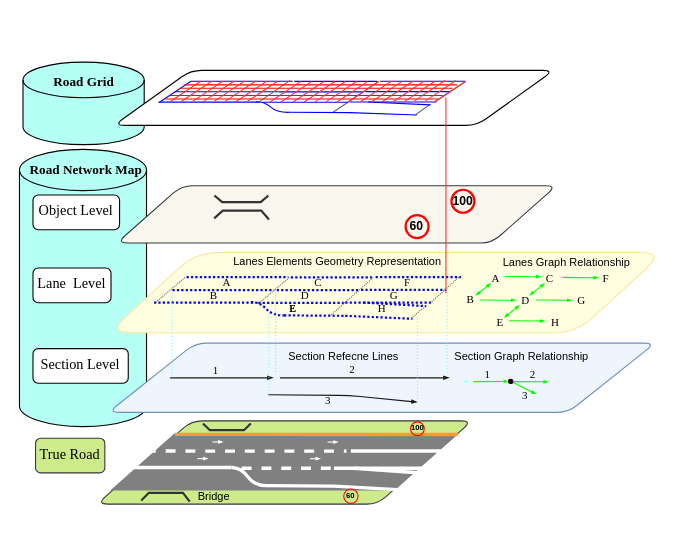
This is road_map.drawio from LimingGao/draw_io, a draw.io file, before an edit. Source tidied: cells renumbered, new cells numbered last; positions are measured from the earlier drawing's top-left corner, leaving out a move shared by most shapes. Both pictures are drawn from the tidied source at 110%, with x=0, y=0 at pixel (19, 62).
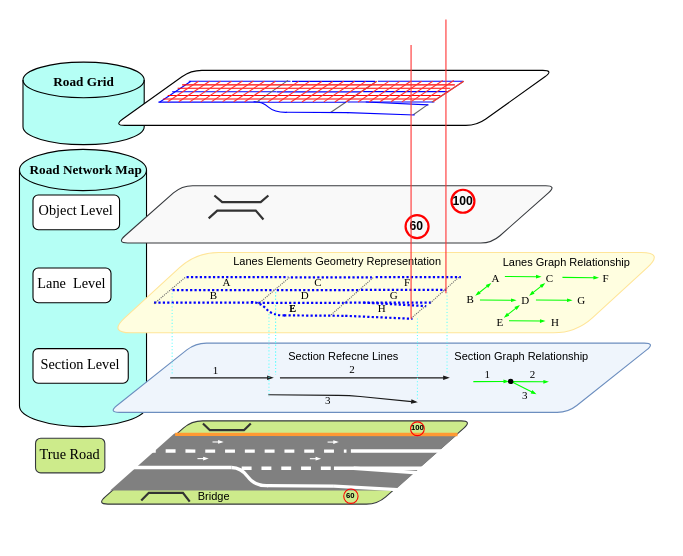
Above is the later version.

Unchanged cells that the change refers to:
```xml
<mxCell id="61" style="group;" parent="1" vertex="1">
  <mxGeometry x="126.5" y="16.6" width="279.5" height="31.5" as="geometry" />
</mxCell>
<mxCell id="141" style="group;" parent="1" vertex="1">
  <mxGeometry x="184.5" y="127.3" width="35.5" height="7.7" as="geometry" />
</mxCell>
```

Diff of the diagram source:
```diff
@@
-    <mxCell id="4" style="shape=parallelogram;perimeter=parallelogramPerimeter;whiteSpace=wrap;fixedSize=1;fillColor=#f9f7ed;fontFamily=Times New Roman;size=59.093999999999994;labelBorderColor=none;strokeColor=#36393d;rounded=1;" parent="1" vertex="1">
+    <mxCell id="4" style="shape=parallelogram;perimeter=parallelogramPerimeter;whiteSpace=wrap;fixedSize=1;fontFamily=Times New Roman;size=59.093999999999994;labelBorderColor=none;strokeColor=#36393d;rounded=1;fillColor=#F9F9F9;" parent="1" vertex="1">
       <mxGeometry x="88.6" y="112.3" width="400" height="52.1" as="geometry" />
     </mxCell>
@@
     <mxCell id="62" style="endArrow=none;strokeWidth=1;strokeColor=#666666;" parent="61" edge="1">
       <mxGeometry relative="1" as="geometry">
-        <mxPoint x="233.8" y="31.2" as="sourcePoint" />
-        <mxPoint x="246.8" y="22" as="targetPoint" />
+        <mxPoint x="231.8" y="31.2" as="sourcePoint" />
+        <mxPoint x="244.8" y="22" as="targetPoint" />
       </mxGeometry>
     </mxCell>
     <mxCell id="63" style="endArrow=none;strokeWidth=1;strokeColor=#666666;" parent="61" edge="1">
       <mxGeometry relative="1" as="geometry">
-        <mxPoint x="158.5" y="29.2" as="sourcePoint" />
-        <mxPoint x="200.5" y="0.7" as="targetPoint" />
+        <mxPoint x="156.5" y="29.2" as="sourcePoint" />
+        <mxPoint x="198.5" y="0.7" as="targetPoint" />
       </mxGeometry>
     </mxCell>
     <mxCell id="64" style="endArrow=none;strokeWidth=1;strokeColor=#0000FF;" parent="61" edge="1">
       <mxGeometry relative="1" as="geometry">
-        <mxPoint x="29.6" y="0.8" as="sourcePoint" />
-        <mxPoint x="122.1" y="0.8" as="targetPoint" />
+        <mxPoint x="27.6" y="0.8" as="sourcePoint" />
+        <mxPoint x="120.1" y="0.8" as="targetPoint" />
       </mxGeometry>
     </mxCell>
     <mxCell id="65" style="endArrow=none;strokeWidth=1;strokeColor=#0000FF;" parent="61" edge="1">
       <mxGeometry relative="1" as="geometry">
-        <mxPoint x="14.5" y="10.3" as="sourcePoint" />
-        <mxPoint x="109.3" y="10.3" as="targetPoint" />
+        <mxPoint x="12.5" y="10.3" as="sourcePoint" />
+        <mxPoint x="107.3" y="10.3" as="targetPoint" />
       </mxGeometry>
     </mxCell>
@@
     <mxCell id="67" style="endArrow=none;strokeWidth=1;strokeColor=#0000FF;" parent="61" edge="1">
       <mxGeometry relative="1" as="geometry">
-        <mxPoint x="123.5" y="0.9" as="sourcePoint" />
-        <mxPoint x="199.1" y="0.9" as="targetPoint" />
+        <mxPoint x="121.5" y="0.9" as="sourcePoint" />
+        <mxPoint x="197.1" y="0.9" as="targetPoint" />
       </mxGeometry>
     </mxCell>
     <mxCell id="68" style="endArrow=none;strokeWidth=1;strokeColor=#0000FF;" parent="61" edge="1">
       <mxGeometry relative="1" as="geometry">
-        <mxPoint x="109.5" y="10.4" as="sourcePoint" />
-        <mxPoint x="186.1" y="10.4" as="targetPoint" />
+        <mxPoint x="107.5" y="10.4" as="sourcePoint" />
+        <mxPoint x="184.1" y="10.4" as="targetPoint" />
       </mxGeometry>
     </mxCell>
     <mxCell id="69" style="endArrow=none;strokeWidth=1;strokeColor=#0000FF;" parent="61" edge="1">
       <mxGeometry relative="1" as="geometry">
-        <mxPoint x="94.8" y="19.8" as="sourcePoint" />
-        <mxPoint x="172.5" y="19.8" as="targetPoint" />
+        <mxPoint x="92.8" y="19.8" as="sourcePoint" />
+        <mxPoint x="170.5" y="19.8" as="targetPoint" />
       </mxGeometry>
     </mxCell>
     <mxCell id="70" style="endArrow=none;exitX=0.14;exitY=0.207;exitDx=0;exitDy=0;exitPerimeter=0;strokeWidth=1;strokeColor=#0000FF;" parent="61" edge="1">
       <mxGeometry relative="1" as="geometry">
-        <mxPoint x="118.3" y="29" as="sourcePoint" />
-        <mxPoint x="174.7" y="29.3" as="targetPoint" />
+        <mxPoint x="116.3" y="29" as="sourcePoint" />
+        <mxPoint x="172.7" y="29.3" as="targetPoint" />
       </mxGeometry>
     </mxCell>
     <mxCell id="71" style="endArrow=none;strokeColor=#0000FF;strokeWidth=1;curved=1;" parent="61" edge="1">
       <mxGeometry relative="1" as="geometry">
-        <mxPoint x="88.5" y="19.4" as="sourcePoint" />
-        <mxPoint x="119" y="29" as="targetPoint" />
+        <mxPoint x="86.5" y="19.4" as="sourcePoint" />
+        <mxPoint x="117" y="29" as="targetPoint" />
         <Array as="points">
-          <mxPoint x="96.4" y="19.2" />
-          <mxPoint x="107.7" y="29.3" />
+          <mxPoint x="94.4" y="19.2" />
+          <mxPoint x="105.7" y="29.3" />
         </Array>
       </mxGeometry>
     </mxCell>
     <mxCell id="72" style="endArrow=none;exitX=0.14;exitY=0.207;exitDx=0;exitDy=0;exitPerimeter=0;entryX=0.962;entryY=0.209;entryDx=0;entryDy=0;entryPerimeter=0;strokeWidth=1;strokeColor=#0000FF;" parent="61" edge="1">
       <mxGeometry relative="1" as="geometry">
-        <mxPoint x="173.9" y="19.6" as="sourcePoint" />
-        <mxPoint x="252.9" y="19.6" as="targetPoint" />
+        <mxPoint x="171.9" y="19.6" as="sourcePoint" />
+        <mxPoint x="250.9" y="19.6" as="targetPoint" />
       </mxGeometry>
     </mxCell>
     <mxCell id="73" style="endArrow=none;strokeWidth=1;strokeColor=#0000FF;entryX=0.895;entryY=0.691;entryDx=0;entryDy=0;entryPerimeter=0;" parent="61" edge="1">
       <mxGeometry relative="1" as="geometry">
-        <mxPoint x="190.5" y="19.6" as="sourcePoint" />
-        <mxPoint x="247.5" y="22.2" as="targetPoint" />
+        <mxPoint x="188.5" y="19.6" as="sourcePoint" />
+        <mxPoint x="245.5" y="22.2" as="targetPoint" />
       </mxGeometry>
     </mxCell>
     <mxCell id="74" style="endArrow=none;strokeWidth=1;strokeColor=#0000FF;entryX=0.85;entryY=0.993;entryDx=0;entryDy=0;entryPerimeter=0;" parent="61" edge="1">
       <mxGeometry relative="1" as="geometry">
-        <mxPoint x="173.9" y="29.3" as="sourcePoint" />
-        <mxPoint x="235" y="31.5" as="targetPoint" />
+        <mxPoint x="171.9" y="29.3" as="sourcePoint" />
+        <mxPoint x="233" y="31.5" as="targetPoint" />
       </mxGeometry>
     </mxCell>
     <mxCell id="75" style="endArrow=none;exitX=0.14;exitY=0.207;exitDx=0;exitDy=0;exitPerimeter=0;entryX=0.962;entryY=0.209;entryDx=0;entryDy=0;entryPerimeter=0;strokeWidth=1;strokeColor=#0000FF;" parent="61" edge="1">
       <mxGeometry relative="1" as="geometry">
-        <mxPoint x="188.2" y="10.2" as="sourcePoint" />
-        <mxPoint x="265.7" y="10.2" as="targetPoint" />
+        <mxPoint x="186.2" y="10.2" as="sourcePoint" />
+        <mxPoint x="263.7" y="10.2" as="targetPoint" />
       </mxGeometry>
     </mxCell>
@@
     <mxCell id="77" style="endArrow=none;strokeWidth=1;strokeColor=#666666;" parent="61" edge="1">
       <mxGeometry relative="1" as="geometry">
-        <mxPoint x="91.2" y="19.7" as="sourcePoint" />
-        <mxPoint x="119.8" as="targetPoint" />
+        <mxPoint x="89.2" y="19.7" as="sourcePoint" />
+        <mxPoint x="117.8" as="targetPoint" />
       </mxGeometry>
     </mxCell>
     <mxCell id="78" style="endArrow=none;exitX=0.14;exitY=0.207;exitDx=0;exitDy=0;exitPerimeter=0;entryX=0.962;entryY=0.209;entryDx=0;entryDy=0;entryPerimeter=0;strokeWidth=1;strokeColor=#0000FF;" parent="61" edge="1">
       <mxGeometry relative="1" as="geometry">
-        <mxPoint x="201.5" y="0.8" as="sourcePoint" />
-        <mxPoint x="279" y="0.8" as="targetPoint" />
+        <mxPoint x="199.5" y="0.8" as="sourcePoint" />
+        <mxPoint x="277" y="0.8" as="targetPoint" />
       </mxGeometry>
     </mxCell>
     <mxCell id="79" style="endArrow=none;strokeWidth=1;strokeColor=#666666;" parent="61" edge="1">
       <mxGeometry relative="1" as="geometry">
-        <mxPoint x="250.5" y="19.9" as="sourcePoint" />
-        <mxPoint x="279.5" y="0.7" as="targetPoint" />
+        <mxPoint x="248.5" y="19.9" as="sourcePoint" />
+        <mxPoint x="277.5" y="0.7" as="targetPoint" />
       </mxGeometry>
     </mxCell>
     <mxCell id="80" style="line;strokeWidth=1;perimeter=backbonePerimeter;rounded=0;shadow=0;labelBackgroundColor=none;sketch=0;fillColor=#4D4D4D;gradientColor=none;fontFamily=Times New Roman;fontSize=10;fontColor=#000000;align=left;strokeColor=#FF0000;" parent="61" vertex="1">
-      <mxGeometry x="23.6" width="247.9" height="8.1" as="geometry" />
+      <mxGeometry x="21.6" width="247.9" height="8.1" as="geometry" />
     </mxCell>
     <mxCell id="81" style="line;strokeWidth=1;perimeter=backbonePerimeter;rounded=0;shadow=0;labelBackgroundColor=none;sketch=0;fillColor=#4D4D4D;gradientColor=none;fontFamily=Times New Roman;fontSize=10;fontColor=#000000;align=left;strokeColor=#FF0000;" parent="61" vertex="1">
-      <mxGeometry x="19.5" y="3.1" width="247.9" height="8.1" as="geometry" />
+      <mxGeometry x="17.5" y="3.1" width="247.9" height="8.1" as="geometry" />
     </mxCell>
     <mxCell id="82" style="line;strokeWidth=1;perimeter=backbonePerimeter;rounded=0;shadow=0;labelBackgroundColor=none;sketch=0;fillColor=#4D4D4D;gradientColor=none;fontFamily=Times New Roman;fontSize=10;fontColor=#000000;align=left;strokeColor=#FF0000;" parent="61" vertex="1">
-      <mxGeometry x="10.5" y="9.7" width="247.9" height="8.1" as="geometry" />
+      <mxGeometry x="8.5" y="9.7" width="247.9" height="8.1" as="geometry" />
     </mxCell>
     <mxCell id="83" style="line;strokeWidth=1;perimeter=backbonePerimeter;rounded=0;shadow=0;labelBackgroundColor=none;sketch=0;fillColor=#4D4D4D;gradientColor=none;fontFamily=Times New Roman;fontSize=10;fontColor=#000000;align=left;strokeColor=#FF0000;" parent="61" vertex="1">
-      <mxGeometry x="6.4" y="12.8" width="247.9" height="8.1" as="geometry" />
+      <mxGeometry x="4.4" y="12.8" width="247.9" height="8.1" as="geometry" />
     </mxCell>
     <mxCell id="84" style="endArrow=none;strokeWidth=1;fontFamily=Times New Roman;fontSize=10;fontColor=#000000;strokeColor=#FF3333;" parent="61" edge="1">
       <mxGeometry relative="1" as="geometry">
-        <mxPoint x="20.5" y="19.4" as="sourcePoint" />
-        <mxPoint x="48.5" y="0.7" as="targetPoint" />
+        <mxPoint x="18.5" y="19.4" as="sourcePoint" />
+        <mxPoint x="46.5" y="0.7" as="targetPoint" />
       </mxGeometry>
     </mxCell>
     <mxCell id="85" style="endArrow=none;strokeWidth=1;fontFamily=Times New Roman;fontSize=10;fontColor=#000000;strokeColor=#FF3333;" parent="61" edge="1">
       <mxGeometry relative="1" as="geometry">
-        <mxPoint x="10.5" y="19.4" as="sourcePoint" />
-        <mxPoint x="38.5" y="0.7" as="targetPoint" />
+        <mxPoint x="8.5" y="19.4" as="sourcePoint" />
+        <mxPoint x="36.5" y="0.7" as="targetPoint" />
       </mxGeometry>
     </mxCell>
     <mxCell id="86" style="endArrow=none;strokeWidth=1;fontFamily=Times New Roman;fontSize=10;fontColor=#000000;strokeColor=#FF3333;" parent="61" edge="1">
       <mxGeometry relative="1" as="geometry">
-        <mxPoint x="40.5" y="19.5" as="sourcePoint" />
-        <mxPoint x="68.5" y="0.8" as="targetPoint" />
+        <mxPoint x="38.5" y="19.5" as="sourcePoint" />
+        <mxPoint x="66.5" y="0.8" as="targetPoint" />
       </mxGeometry>
     </mxCell>
     <mxCell id="87" style="endArrow=none;strokeWidth=1;fontFamily=Times New Roman;fontSize=10;fontColor=#000000;strokeColor=#FF3333;" parent="61" edge="1">
       <mxGeometry relative="1" as="geometry">
-        <mxPoint x="30.5" y="19.5" as="sourcePoint" />
-        <mxPoint x="58.5" y="0.8" as="targetPoint" />
+        <mxPoint x="28.5" y="19.5" as="sourcePoint" />
+        <mxPoint x="56.5" y="0.8" as="targetPoint" />
       </mxGeometry>
     </mxCell>
     <mxCell id="88" style="endArrow=none;strokeWidth=1;fontFamily=Times New Roman;fontSize=10;fontColor=#000000;strokeColor=#FF3333;" parent="61" edge="1">
       <mxGeometry relative="1" as="geometry">
-        <mxPoint x="60.4" y="19.3" as="sourcePoint" />
-        <mxPoint x="88.4" y="0.6" as="targetPoint" />
+        <mxPoint x="58.4" y="19.3" as="sourcePoint" />
+        <mxPoint x="86.4" y="0.6" as="targetPoint" />
       </mxGeometry>
     </mxCell>
     <mxCell id="89" style="endArrow=none;strokeWidth=1;fontFamily=Times New Roman;fontSize=10;fontColor=#000000;strokeColor=#FF3333;" parent="61" edge="1">
       <mxGeometry relative="1" as="geometry">
-        <mxPoint x="50.4" y="19.3" as="sourcePoint" />
-        <mxPoint x="78.4" y="0.6" as="targetPoint" />
+        <mxPoint x="48.4" y="19.3" as="sourcePoint" />
+        <mxPoint x="76.4" y="0.6" as="targetPoint" />
       </mxGeometry>
     </mxCell>
     <mxCell id="90" style="endArrow=none;strokeWidth=1;fontFamily=Times New Roman;fontSize=10;fontColor=#000000;strokeColor=#FF3333;" parent="61" edge="1">
       <mxGeometry relative="1" as="geometry">
-        <mxPoint x="80.4" y="19.4" as="sourcePoint" />
-        <mxPoint x="108.4" y="0.7" as="targetPoint" />
+        <mxPoint x="78.4" y="19.4" as="sourcePoint" />
+        <mxPoint x="106.4" y="0.7" as="targetPoint" />
       </mxGeometry>
     </mxCell>
     <mxCell id="91" style="endArrow=none;strokeWidth=1;fontFamily=Times New Roman;fontSize=10;fontColor=#000000;strokeColor=#FF3333;" parent="61" edge="1">
       <mxGeometry relative="1" as="geometry">
-        <mxPoint x="70.4" y="19.4" as="sourcePoint" />
-        <mxPoint x="98.4" y="0.7" as="targetPoint" />
+        <mxPoint x="68.4" y="19.4" as="sourcePoint" />
+        <mxPoint x="96.4" y="0.7" as="targetPoint" />
       </mxGeometry>
     </mxCell>
     <mxCell id="92" style="endArrow=none;strokeWidth=1;fontFamily=Times New Roman;fontSize=10;fontColor=#000000;strokeColor=#FF3333;" parent="61" edge="1">
       <mxGeometry relative="1" as="geometry">
-        <mxPoint x="111.5" y="19.6" as="sourcePoint" />
-        <mxPoint x="139.5" y="0.9" as="targetPoint" />
+        <mxPoint x="109.5" y="19.6" as="sourcePoint" />
+        <mxPoint x="137.5" y="0.9" as="targetPoint" />
       </mxGeometry>
     </mxCell>
     <mxCell id="93" style="endArrow=none;strokeWidth=1;fontFamily=Times New Roman;fontSize=10;fontColor=#000000;strokeColor=#FF3333;" parent="61" edge="1">
       <mxGeometry relative="1" as="geometry">
-        <mxPoint x="101.5" y="19.6" as="sourcePoint" />
-        <mxPoint x="129.5" y="0.9" as="targetPoint" />
+        <mxPoint x="99.5" y="19.6" as="sourcePoint" />
+        <mxPoint x="127.5" y="0.9" as="targetPoint" />
       </mxGeometry>
     </mxCell>
     <mxCell id="94" style="endArrow=none;strokeWidth=1;fontFamily=Times New Roman;fontSize=10;fontColor=#000000;strokeColor=#FF3333;" parent="61" edge="1">
       <mxGeometry relative="1" as="geometry">
-        <mxPoint x="132.5" y="19.7" as="sourcePoint" />
-        <mxPoint x="160.5" y="1" as="targetPoint" />
+        <mxPoint x="130.5" y="19.7" as="sourcePoint" />
+        <mxPoint x="158.5" y="1" as="targetPoint" />
       </mxGeometry>
     </mxCell>
     <mxCell id="95" style="endArrow=none;strokeWidth=1;fontFamily=Times New Roman;fontSize=10;fontColor=#000000;strokeColor=#FF3333;" parent="61" edge="1">
       <mxGeometry relative="1" as="geometry">
-        <mxPoint x="122.5" y="19.7" as="sourcePoint" />
-        <mxPoint x="150.5" y="1" as="targetPoint" />
+        <mxPoint x="120.5" y="19.7" as="sourcePoint" />
+        <mxPoint x="148.5" y="1" as="targetPoint" />
       </mxGeometry>
     </mxCell>
     <mxCell id="96" style="endArrow=none;strokeWidth=1;fontFamily=Times New Roman;fontSize=10;fontColor=#000000;strokeColor=#FF3333;" parent="61" edge="1">
       <mxGeometry relative="1" as="geometry">
-        <mxPoint x="152.4" y="19.5" as="sourcePoint" />
-        <mxPoint x="180.4" y="0.8" as="targetPoint" />
+        <mxPoint x="150.4" y="19.5" as="sourcePoint" />
+        <mxPoint x="178.4" y="0.8" as="targetPoint" />
       </mxGeometry>
     </mxCell>
     <mxCell id="97" style="endArrow=none;strokeWidth=1;fontFamily=Times New Roman;fontSize=10;fontColor=#000000;strokeColor=#FF3333;" parent="61" edge="1">
       <mxGeometry relative="1" as="geometry">
-        <mxPoint x="142.4" y="19.5" as="sourcePoint" />
-        <mxPoint x="170.4" y="0.8" as="targetPoint" />
+        <mxPoint x="140.4" y="19.5" as="sourcePoint" />
+        <mxPoint x="168.4" y="0.8" as="targetPoint" />
       </mxGeometry>
     </mxCell>
     <mxCell id="98" style="endArrow=none;strokeWidth=1;fontFamily=Times New Roman;fontSize=10;fontColor=#000000;strokeColor=#FF3333;" parent="61" edge="1">
       <mxGeometry relative="1" as="geometry">
-        <mxPoint x="172.4" y="19.6" as="sourcePoint" />
-        <mxPoint x="200.4" y="0.9" as="targetPoint" />
+        <mxPoint x="170.4" y="19.6" as="sourcePoint" />
+        <mxPoint x="198.4" y="0.9" as="targetPoint" />
       </mxGeometry>
     </mxCell>
     <mxCell id="99" style="endArrow=none;strokeWidth=1;fontFamily=Times New Roman;fontSize=10;fontColor=#000000;strokeColor=#FF3333;" parent="61" edge="1">
       <mxGeometry relative="1" as="geometry">
-        <mxPoint x="162.4" y="19.6" as="sourcePoint" />
-        <mxPoint x="190.4" y="0.9" as="targetPoint" />
+        <mxPoint x="160.4" y="19.6" as="sourcePoint" />
+        <mxPoint x="188.4" y="0.9" as="targetPoint" />
       </mxGeometry>
     </mxCell>
     <mxCell id="100" style="endArrow=none;strokeWidth=1;fontFamily=Times New Roman;fontSize=10;fontColor=#000000;strokeColor=#FF3333;" parent="61" edge="1">
       <mxGeometry relative="1" as="geometry">
-        <mxPoint x="193.5" y="19.6" as="sourcePoint" />
-        <mxPoint x="221.5" y="0.9" as="targetPoint" />
+        <mxPoint x="191.5" y="19.6" as="sourcePoint" />
+        <mxPoint x="219.5" y="0.9" as="targetPoint" />
       </mxGeometry>
     </mxCell>
     <mxCell id="101" style="endArrow=none;strokeWidth=1;fontFamily=Times New Roman;fontSize=10;fontColor=#000000;strokeColor=#FF3333;" parent="61" edge="1">
       <mxGeometry relative="1" as="geometry">
-        <mxPoint x="183.5" y="19.6" as="sourcePoint" />
-        <mxPoint x="211.5" y="0.9" as="targetPoint" />
+        <mxPoint x="181.5" y="19.6" as="sourcePoint" />
+        <mxPoint x="209.5" y="0.9" as="targetPoint" />
       </mxGeometry>
     </mxCell>
     <mxCell id="102" style="endArrow=none;strokeWidth=1;fontFamily=Times New Roman;fontSize=10;fontColor=#000000;strokeColor=#FF3333;" parent="61" edge="1">
       <mxGeometry relative="1" as="geometry">
-        <mxPoint x="213.4" y="19.4" as="sourcePoint" />
-        <mxPoint x="241.4" y="0.7" as="targetPoint" />
+        <mxPoint x="211.4" y="19.4" as="sourcePoint" />
+        <mxPoint x="239.4" y="0.7" as="targetPoint" />
       </mxGeometry>
     </mxCell>
     <mxCell id="103" style="endArrow=none;strokeWidth=1;fontFamily=Times New Roman;fontSize=10;fontColor=#000000;strokeColor=#FF3333;" parent="61" edge="1">
       <mxGeometry relative="1" as="geometry">
-        <mxPoint x="203.4" y="19.4" as="sourcePoint" />
-        <mxPoint x="231.4" y="0.7" as="targetPoint" />
+        <mxPoint x="201.4" y="19.4" as="sourcePoint" />
+        <mxPoint x="229.4" y="0.7" as="targetPoint" />
       </mxGeometry>
     </mxCell>
     <mxCell id="104" style="endArrow=none;strokeWidth=1;fontFamily=Times New Roman;fontSize=10;fontColor=#000000;strokeColor=#FF3333;" parent="61" edge="1">
       <mxGeometry relative="1" as="geometry">
-        <mxPoint x="223.4" y="19.5" as="sourcePoint" />
-        <mxPoint x="251.4" y="0.8" as="targetPoint" />
+        <mxPoint x="221.4" y="19.5" as="sourcePoint" />
+        <mxPoint x="249.4" y="0.8" as="targetPoint" />
       </mxGeometry>
     </mxCell>
     <mxCell id="105" style="endArrow=none;strokeWidth=1;fontFamily=Times New Roman;fontSize=10;fontColor=#000000;strokeColor=#FF3333;" parent="61" edge="1">
       <mxGeometry relative="1" as="geometry">
-        <mxPoint x="242.5" y="18.8" as="sourcePoint" />
-        <mxPoint x="270.5" y="0.1" as="targetPoint" />
+        <mxPoint x="240.5" y="18.8" as="sourcePoint" />
+        <mxPoint x="268.5" y="0.1" as="targetPoint" />
       </mxGeometry>
     </mxCell>
     <mxCell id="106" style="endArrow=none;strokeWidth=1;fontFamily=Times New Roman;fontSize=10;fontColor=#000000;strokeColor=#FF3333;" parent="61" edge="1">
       <mxGeometry relative="1" as="geometry">
-        <mxPoint x="232.5" y="18.8" as="sourcePoint" />
-        <mxPoint x="260.5" y="0.1" as="targetPoint" />
+        <mxPoint x="230.5" y="18.8" as="sourcePoint" />
+        <mxPoint x="258.5" y="0.1" as="targetPoint" />
       </mxGeometry>
     </mxCell>
     <mxCell id="107" style="endArrow=none;strokeWidth=1;fontFamily=Times New Roman;fontSize=10;fontColor=#000000;strokeColor=#FF3333;" parent="61" edge="1">
       <mxGeometry relative="1" as="geometry">
-        <mxPoint x="251.5" y="19.4" as="sourcePoint" />
-        <mxPoint x="279.5" y="0.7" as="targetPoint" />
+        <mxPoint x="249.5" y="19.4" as="sourcePoint" />
+        <mxPoint x="277.5" y="0.7" as="targetPoint" />
       </mxGeometry>
     </mxCell>
@@
     <mxCell id="142" style="endArrow=none;strokeWidth=2;fontSize=7;rounded=0;strokeColor=#333333;exitX=0.183;exitY=0.956;exitDx=0;exitDy=0;exitPerimeter=0;" parent="141" edge="1">
       <mxGeometry relative="1" as="geometry">
-        <mxPoint x="-7.3" y="14.7" as="sourcePoint" />
-        <mxPoint x="42.5" y="15.7" as="targetPoint" />
+        <mxPoint x="-12.3" y="14.7" as="sourcePoint" />
+        <mxPoint x="37.5" y="15.7" as="targetPoint" />
         <Array as="points">
-          <mxPoint x="0.5" y="7.7" />
-          <mxPoint x="35.5" y="7.7" />
+          <mxPoint x="-4.5" y="7.7" />
+          <mxPoint x="30.5" y="7.7" />
         </Array>
       </mxGeometry>
     </mxCell>
@@
     <mxCell id="157" style="line;strokeWidth=1;direction=south;html=1;rounded=1;shadow=0;labelBackgroundColor=none;sketch=0;fontFamily=Helvetica;fontSize=13;align=center;fillColor=none;strokeColor=#FF3333;" parent="1" vertex="1">
-      <mxGeometry x="382.9" y="32.1" width="10" height="178" as="geometry" />
+      <mxGeometry x="382.9" y="-38.8" width="10" height="248.8" as="geometry" />
     </mxCell>
+    <mxCell id="158" style="line;strokeWidth=1;direction=south;html=1;rounded=1;shadow=0;labelBackgroundColor=none;sketch=0;fontFamily=Helvetica;fontSize=13;align=center;fillColor=none;strokeColor=#FF3333;" parent="1" vertex="1">
+      <mxGeometry x="351.2" y="-15.6" width="10" height="248.8" as="geometry" />
+    </mxCell>
```
